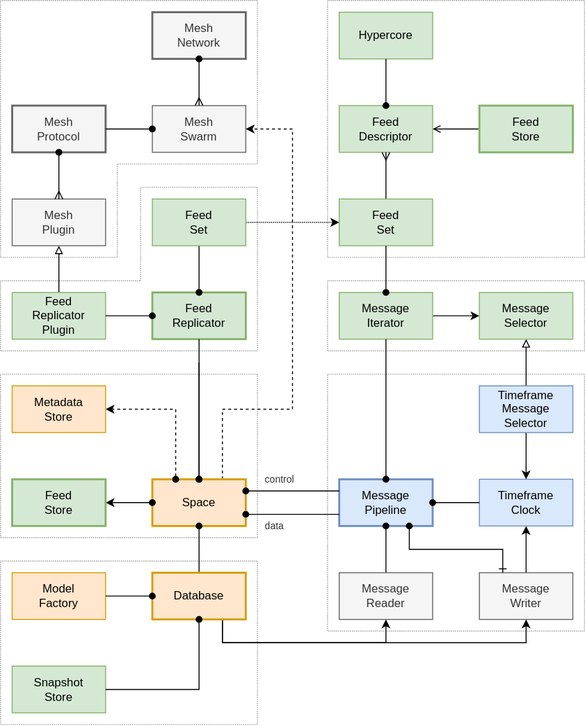
Above: docs/design/diagrams/echo-pipeline.drawio.svg in dxos/dxos (draw.io), before the change. Source tidied: cells renumbered, new cells last; positions are measured from the earlier drawing's top-left corner, leaving out a move shared by most shapes.
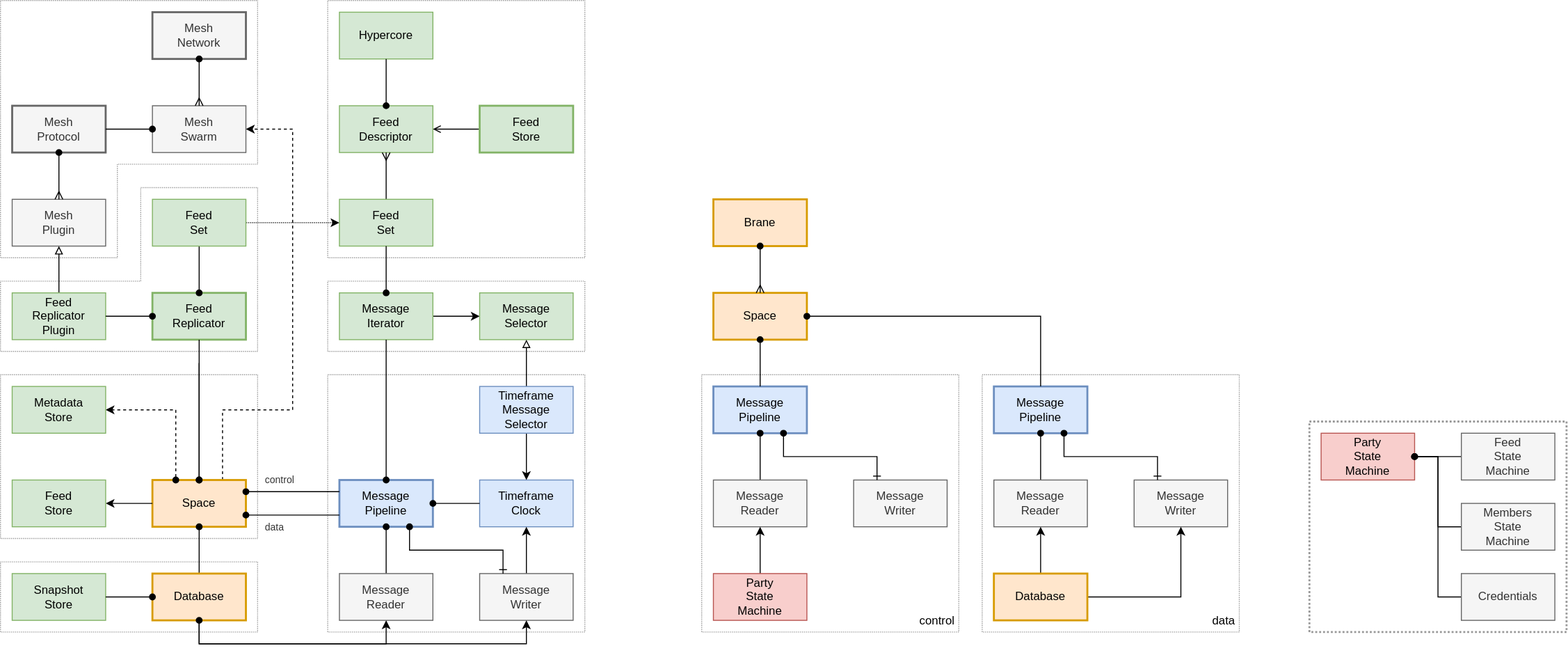
The same diagram one commit later.

Change to the diagram source:
```diff
@@ -2,6 +2,15 @@
   <root>
     <mxCell id="0" />
     <mxCell id="1" parent="0" />
+    <mxCell id="66" value="Party&lt;br&gt;State&lt;br&gt;Machine" style="rounded=0;whiteSpace=wrap;html=1;fillColor=#f8cecc;strokeColor=#b85450;" parent="1" vertex="1">
+      <mxGeometry x="1356" y="444" width="96" height="48" as="geometry" />
+    </mxCell>
+    <mxCell id="67" value="control" style="rounded=0;whiteSpace=wrap;html=1;fillColor=none;dashed=1;strokeColor=#999999;dashPattern=1 1;verticalAlign=bottom;align=right;spacing=4;" parent="1" vertex="1">
+      <mxGeometry x="720" y="384" width="264" height="264" as="geometry" />
+    </mxCell>
+    <mxCell id="68" value="Message&lt;br&gt;Pipeline" style="rounded=0;whiteSpace=wrap;html=1;fillColor=#dae8fc;strokeColor=#6c8ebf;strokeWidth=2;" parent="1" vertex="1">
+      <mxGeometry x="732" y="396" width="96" height="48" as="geometry" />
+    </mxCell>
     <mxCell id="2" style="rounded=0;whiteSpace=wrap;html=1;fillColor=none;dashed=1;strokeColor=#999999;dashPattern=1 1;" parent="1" vertex="1">
       <mxGeometry y="384" width="264" height="168" as="geometry" />
     </mxCell>
@@ -12,7 +21,7 @@
       <mxGeometry x="336" y="288" width="264" height="72" as="geometry" />
     </mxCell>
     <mxCell id="5" style="rounded=0;whiteSpace=wrap;html=1;fillColor=none;dashed=1;strokeColor=#999999;dashPattern=1 1;" parent="1" vertex="1">
-      <mxGeometry y="576" width="264" height="168" as="geometry" />
+      <mxGeometry y="576" width="264" height="72" as="geometry" />
     </mxCell>
     <mxCell id="6" style="shape=corner;whiteSpace=wrap;html=1;dx=120;dy=168;fillColor=none;dashed=1;strokeColor=#999999;dashPattern=1 1;" parent="1" vertex="1">
       <mxGeometry width="264" height="264" as="geometry" />
@@ -36,7 +45,7 @@
         </Array>
       </mxGeometry>
     </mxCell>
-    <mxCell id="10" style="edgeStyle=none;rounded=0;html=1;exitX=0;exitY=0.5;exitDx=0;exitDy=0;startArrow=oval;startFill=1;endArrow=classic;endFill=1;" parent="1" edge="1" source="8" target="50">
+    <mxCell id="10" style="edgeStyle=none;rounded=0;html=1;exitX=0;exitY=0.5;exitDx=0;exitDy=0;startArrow=none;startFill=0;endArrow=classic;endFill=1;" parent="1" edge="1" source="8" target="50">
       <mxGeometry relative="1" as="geometry" />
     </mxCell>
     <mxCell id="11" style="edgeStyle=none;rounded=0;html=1;exitX=0.5;exitY=1;exitDx=0;exitDy=0;startArrow=oval;startFill=1;endArrow=none;endFill=0;" parent="1" edge="1" source="8" target="46">
@@ -138,22 +147,14 @@
     <mxCell id="43" style="edgeStyle=none;rounded=0;html=1;startArrow=oval;startFill=1;endArrow=ERmany;endFill=0;" parent="1" edge="1" source="39" target="38">
       <mxGeometry relative="1" as="geometry" />
     </mxCell>
-    <mxCell id="44" style="edgeStyle=none;html=1;exitX=0.75;exitY=1;exitDx=0;exitDy=0;entryX=0.5;entryY=1;entryDx=0;entryDy=0;rounded=0;" parent="1" edge="1" source="46" target="24">
+    <mxCell id="44" style="edgeStyle=none;html=1;entryX=0.5;entryY=1;entryDx=0;entryDy=0;rounded=0;" parent="1" edge="1" source="46" target="24">
       <mxGeometry relative="1" as="geometry">
         <Array as="points">
-          <mxPoint x="228" y="660" />
+          <mxPoint x="204" y="660" />
           <mxPoint x="396" y="660" />
         </Array>
       </mxGeometry>
     </mxCell>
-    <mxCell id="45" style="edgeStyle=none;html=1;exitX=0.75;exitY=1;exitDx=0;exitDy=0;entryX=0.5;entryY=1;entryDx=0;entryDy=0;rounded=0;" parent="1" edge="1" source="46" target="27">
-      <mxGeometry relative="1" as="geometry">
-        <Array as="points">
-          <mxPoint x="228" y="660" />
-          <mxPoint x="540" y="660" />
-        </Array>
-      </mxGeometry>
-    </mxCell>
     <mxCell id="46" value="Database" style="rounded=0;whiteSpace=wrap;html=1;fillColor=#ffe6cc;strokeColor=#d79b00;strokeWidth=2;" parent="1" vertex="1">
       <mxGeometry x="156" y="588" width="96" height="48" as="geometry" />
     </mxCell>
@@ -163,15 +164,12 @@
     <mxCell id="48" value="Feed&lt;br&gt;Store" style="rounded=0;whiteSpace=wrap;html=1;fillColor=#d5e8d4;strokeColor=#82b366;strokeWidth=2;" parent="1" vertex="1">
       <mxGeometry x="492" y="108" width="96" height="48" as="geometry" />
     </mxCell>
-    <mxCell id="49" value="Metadata&lt;br&gt;Store" style="rounded=0;whiteSpace=wrap;html=1;fillColor=#ffe6cc;strokeColor=#d79b00;" parent="1" vertex="1">
+    <mxCell id="49" value="Metadata&lt;br&gt;Store" style="rounded=0;whiteSpace=wrap;html=1;fillColor=#d5e8d4;strokeColor=#82b366;strokeWidth=1;" parent="1" vertex="1">
       <mxGeometry x="12" y="396" width="96" height="48" as="geometry" />
     </mxCell>
-    <mxCell id="50" value="Feed&lt;br&gt;Store" style="rounded=0;whiteSpace=wrap;html=1;fillColor=#d5e8d4;strokeColor=#82b366;strokeWidth=2;" parent="1" vertex="1">
+    <mxCell id="50" value="Feed&lt;br&gt;Store" style="rounded=0;whiteSpace=wrap;html=1;fillColor=#d5e8d4;strokeColor=#82b366;strokeWidth=1;" parent="1" vertex="1">
       <mxGeometry x="12" y="492" width="96" height="48" as="geometry" />
     </mxCell>
-    <mxCell id="51" value="Model&lt;br&gt;Factory" style="rounded=0;whiteSpace=wrap;html=1;fillColor=#ffe6cc;strokeColor=#d79b00;" parent="1" vertex="1">
-      <mxGeometry x="12" y="588" width="96" height="48" as="geometry" />
-    </mxCell>
     <mxCell id="52" value="Mesh&lt;br&gt;Network" style="rounded=0;whiteSpace=wrap;html=1;fillColor=#f5f5f5;strokeColor=#666666;fontColor=#333333;strokeWidth=2;" parent="1" vertex="1">
       <mxGeometry x="156" y="12" width="96" height="48" as="geometry" />
     </mxCell>
@@ -212,18 +210,130 @@
     <mxCell id="62" style="edgeStyle=none;rounded=0;html=1;startArrow=oval;startFill=1;endArrow=none;endFill=0;" parent="1" edge="1" source="53" target="39">
       <mxGeometry relative="1" as="geometry" />
     </mxCell>
-    <mxCell id="63" style="edgeStyle=none;rounded=0;html=1;startArrow=oval;startFill=1;endArrow=none;endFill=0;" parent="1" edge="1" source="46" target="51">
-      <mxGeometry relative="1" as="geometry" />
-    </mxCell>
     <mxCell id="64" value="Snapshot&lt;br&gt;Store" style="rounded=0;whiteSpace=wrap;html=1;fillColor=#d5e8d4;strokeColor=#82b366;strokeWidth=1;" parent="1" vertex="1">
-      <mxGeometry x="12" y="684" width="96" height="48" as="geometry" />
+      <mxGeometry x="12" y="588" width="96" height="48" as="geometry" />
     </mxCell>
+    <mxCell id="45" style="edgeStyle=none;html=1;entryX=0.5;entryY=1;entryDx=0;entryDy=0;rounded=0;startArrow=oval;startFill=1;" parent="1" edge="1" source="46" target="27">
+      <mxGeometry relative="1" as="geometry">
+        <Array as="points">
+          <mxPoint x="204" y="660" />
+          <mxPoint x="540" y="660" />
+        </Array>
+      </mxGeometry>
+    </mxCell>
-    <mxCell id="65" style="edgeStyle=none;rounded=0;html=1;exitX=0.5;exitY=1;exitDx=0;exitDy=0;entryX=1;entryY=0.5;entryDx=0;entryDy=0;endArrow=none;endFill=0;startArrow=oval;startFill=1;" parent="1" edge="1" source="46" target="64">
-      <mxGeometry relative="1" as="geometry">
-        <Array as="points">
-          <mxPoint x="204" y="708" />
-        </Array>
-      </mxGeometry>
+    <mxCell id="65" style="edgeStyle=none;rounded=0;html=1;exitX=0;exitY=0.5;exitDx=0;exitDy=0;startArrow=oval;startFill=1;endArrow=none;endFill=0;" parent="1" edge="1" source="46" target="64">
+      <mxGeometry relative="1" as="geometry" />
     </mxCell>
+    <mxCell id="69" style="edgeStyle=none;rounded=0;html=1;exitX=0.5;exitY=1;exitDx=0;exitDy=0;startArrow=oval;startFill=1;endArrow=none;endFill=0;" parent="1" edge="1" source="68" target="70">
+      <mxGeometry relative="1" as="geometry" />
+    </mxCell>
+    <mxCell id="70" value="Message&lt;br&gt;Reader" style="rounded=0;whiteSpace=wrap;html=1;fillColor=#f5f5f5;strokeColor=#666666;fontColor=#333333;" parent="1" vertex="1">
+      <mxGeometry x="732" y="492" width="96" height="48" as="geometry" />
+    </mxCell>
+    <mxCell id="71" style="edgeStyle=none;rounded=0;html=1;exitX=0.5;exitY=0;exitDx=0;exitDy=0;startArrow=none;startFill=0;endArrow=classic;endFill=1;" parent="1" edge="1" source="72" target="70">
+      <mxGeometry relative="1" as="geometry" />
+    </mxCell>
+    <mxCell id="72" value="Party&lt;br&gt;State&lt;br&gt;Machine" style="rounded=0;whiteSpace=wrap;html=1;fillColor=#f8cecc;strokeColor=#b85450;" parent="1" vertex="1">
+      <mxGeometry x="732" y="588" width="96" height="48" as="geometry" />
+    </mxCell>
+    <mxCell id="73" value="Message&lt;br&gt;Writer" style="rounded=0;whiteSpace=wrap;html=1;fillColor=#f5f5f5;strokeColor=#666666;fontColor=#333333;" parent="1" vertex="1">
+      <mxGeometry x="876" y="492" width="96" height="48" as="geometry" />
+    </mxCell>
+    <mxCell id="74" style="edgeStyle=none;html=1;rounded=0;startArrow=oval;startFill=1;endArrow=ERone;endFill=0;exitX=0.75;exitY=1;exitDx=0;exitDy=0;" parent="1" edge="1" source="68">
+      <mxGeometry relative="1" as="geometry">
+        <mxPoint x="900" y="492" as="targetPoint" />
+        <Array as="points">
+          <mxPoint x="804" y="468" />
+          <mxPoint x="900" y="468" />
+        </Array>
+      </mxGeometry>
+    </mxCell>
+    <mxCell id="75" style="edgeStyle=none;rounded=0;html=1;exitX=1;exitY=0.5;exitDx=0;exitDy=0;entryX=0;entryY=0.5;entryDx=0;entryDy=0;startArrow=oval;startFill=1;endArrow=none;endFill=0;" parent="1" edge="1" source="66" target="80">
+      <mxGeometry relative="1" as="geometry">
+        <Array as="points">
+          <mxPoint x="1476" y="468" />
+          <mxPoint x="1476" y="540" />
+        </Array>
+      </mxGeometry>
+    </mxCell>
+    <mxCell id="76" style="edgeStyle=none;rounded=0;html=1;exitX=1;exitY=0.5;exitDx=0;exitDy=0;startArrow=oval;startFill=1;endArrow=none;endFill=0;" parent="1" edge="1" source="66" target="78">
+      <mxGeometry relative="1" as="geometry" />
+    </mxCell>
+    <mxCell id="77" style="edgeStyle=none;rounded=0;html=1;exitX=1;exitY=0.5;exitDx=0;exitDy=0;entryX=0;entryY=0.5;entryDx=0;entryDy=0;startArrow=oval;startFill=1;endArrow=none;endFill=0;" parent="1" edge="1" source="66" target="79">
+      <mxGeometry relative="1" as="geometry">
+        <Array as="points">
+          <mxPoint x="1476" y="468" />
+          <mxPoint x="1476" y="612" />
+        </Array>
+      </mxGeometry>
+    </mxCell>
+    <mxCell id="78" value="Feed&lt;br&gt;State&lt;br&gt;Machine" style="rounded=0;whiteSpace=wrap;html=1;fillColor=#f5f5f5;strokeColor=#666666;fontColor=#333333;" parent="1" vertex="1">
+      <mxGeometry x="1500" y="444" width="96" height="48" as="geometry" />
+    </mxCell>
+    <mxCell id="79" value="Credentials" style="rounded=0;whiteSpace=wrap;html=1;fillColor=#f5f5f5;strokeColor=#666666;fontColor=#333333;" parent="1" vertex="1">
+      <mxGeometry x="1500" y="588" width="96" height="48" as="geometry" />
+    </mxCell>
+    <mxCell id="80" value="Members&lt;br&gt;State&lt;br&gt;Machine" style="rounded=0;whiteSpace=wrap;html=1;fillColor=#f5f5f5;strokeColor=#666666;fontColor=#333333;" parent="1" vertex="1">
+      <mxGeometry x="1500" y="516" width="96" height="48" as="geometry" />
+    </mxCell>
+    <mxCell id="81" style="rounded=0;whiteSpace=wrap;html=1;fillColor=none;dashed=1;strokeColor=#999999;dashPattern=1 1;verticalAlign=bottom;align=right;spacing=4;strokeWidth=2;" parent="1" vertex="1">
+      <mxGeometry x="1344" y="432" width="264" height="216" as="geometry" />
+    </mxCell>
+    <mxCell id="82" value="data" style="rounded=0;whiteSpace=wrap;html=1;fillColor=none;dashed=1;strokeColor=#999999;dashPattern=1 1;verticalAlign=bottom;align=right;spacing=4;" parent="1" vertex="1">
+      <mxGeometry x="1008" y="384" width="264" height="264" as="geometry" />
+    </mxCell>
+    <mxCell id="83" value="Message&lt;br&gt;Pipeline" style="rounded=0;whiteSpace=wrap;html=1;fillColor=#dae8fc;strokeColor=#6c8ebf;strokeWidth=2;" parent="1" vertex="1">
+      <mxGeometry x="1020" y="396" width="96" height="48" as="geometry" />
+    </mxCell>
+    <mxCell id="84" style="edgeStyle=none;rounded=0;html=1;exitX=0.5;exitY=1;exitDx=0;exitDy=0;startArrow=oval;startFill=1;endArrow=none;endFill=0;" parent="1" edge="1" source="83" target="85">
+      <mxGeometry relative="1" as="geometry" />
+    </mxCell>
+    <mxCell id="85" value="Message&lt;br&gt;Reader" style="rounded=0;whiteSpace=wrap;html=1;fillColor=#f5f5f5;strokeColor=#666666;fontColor=#333333;" parent="1" vertex="1">
+      <mxGeometry x="1020" y="492" width="96" height="48" as="geometry" />
+    </mxCell>
+    <mxCell id="86" style="edgeStyle=none;rounded=0;html=1;startArrow=none;startFill=0;endArrow=classic;endFill=1;" parent="1" edge="1" source="90" target="85">
+      <mxGeometry relative="1" as="geometry" />
+    </mxCell>
+    <mxCell id="87" value="Message&lt;br&gt;Writer" style="rounded=0;whiteSpace=wrap;html=1;fillColor=#f5f5f5;strokeColor=#666666;fontColor=#333333;" parent="1" vertex="1">
+      <mxGeometry x="1164" y="492" width="96" height="48" as="geometry" />
+    </mxCell>
+    <mxCell id="88" style="edgeStyle=none;html=1;rounded=0;startArrow=oval;startFill=1;endArrow=ERone;endFill=0;exitX=0.75;exitY=1;exitDx=0;exitDy=0;" parent="1" edge="1" source="83">
+      <mxGeometry relative="1" as="geometry">
+        <mxPoint x="1188" y="492" as="targetPoint" />
+        <Array as="points">
+          <mxPoint x="1092" y="468" />
+          <mxPoint x="1188" y="468" />
+        </Array>
+      </mxGeometry>
+    </mxCell>
+    <mxCell id="89" style="edgeStyle=none;rounded=0;html=1;exitX=1;exitY=0.5;exitDx=0;exitDy=0;entryX=0.5;entryY=1;entryDx=0;entryDy=0;startArrow=none;startFill=0;endArrow=classic;endFill=1;" parent="1" edge="1" source="90" target="87">
+      <mxGeometry relative="1" as="geometry">
+        <Array as="points">
+          <mxPoint x="1212" y="612" />
+        </Array>
+      </mxGeometry>
+    </mxCell>
+    <mxCell id="90" value="Database" style="rounded=0;whiteSpace=wrap;html=1;fillColor=#ffe6cc;strokeColor=#d79b00;strokeWidth=2;" parent="1" vertex="1">
+      <mxGeometry x="1020" y="588" width="96" height="48" as="geometry" />
+    </mxCell>
+    <mxCell id="91" value="Space" style="rounded=0;whiteSpace=wrap;html=1;fillColor=#ffe6cc;strokeColor=#d79b00;strokeWidth=2;" parent="1" vertex="1">
+      <mxGeometry x="732" y="300" width="96" height="48" as="geometry" />
+    </mxCell>
+    <mxCell id="92" style="edgeStyle=none;html=1;exitX=1;exitY=0.5;exitDx=0;exitDy=0;endArrow=none;endFill=0;startArrow=oval;startFill=1;rounded=0;" parent="1" edge="1" source="91" target="83">
+      <mxGeometry relative="1" as="geometry">
+        <Array as="points">
+          <mxPoint x="1068" y="324" />
+        </Array>
+      </mxGeometry>
+    </mxCell>
+    <mxCell id="93" style="edgeStyle=none;html=1;exitX=0.5;exitY=1;exitDx=0;exitDy=0;entryX=0.5;entryY=0;entryDx=0;entryDy=0;endArrow=none;endFill=0;startArrow=oval;startFill=1;" parent="1" edge="1" source="91" target="68">
+      <mxGeometry relative="1" as="geometry" />
+    </mxCell>
+    <mxCell id="94" value="Brane" style="rounded=0;whiteSpace=wrap;html=1;fillColor=#ffe6cc;strokeColor=#d79b00;strokeWidth=2;" parent="1" vertex="1">
+      <mxGeometry x="732" y="204" width="96" height="48" as="geometry" />
+    </mxCell>
+    <mxCell id="95" style="edgeStyle=none;rounded=0;html=1;exitX=0.5;exitY=1;exitDx=0;exitDy=0;startArrow=oval;startFill=1;endArrow=ERmany;endFill=0;" parent="1" edge="1" source="94" target="91">
+      <mxGeometry relative="1" as="geometry" />
+    </mxCell>
   </root>
 </mxGraphModel>
```
